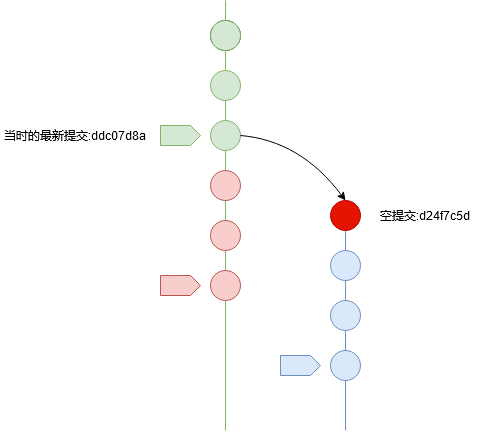
Before: gitBranchModel/nullCommit.png, a diagram exported from draw.io (alreadytakenn/images). Source tidied: cells renumbered, new cells last; positions are measured from the earlier drawing's top-left corner, leaving out a move shared by most shapes. Source of this version:
```xml
<mxGraphModel>
  <root>
    <mxCell id="0" />
    <mxCell id="1" parent="0" />
    <mxCell id="2" style="endArrow=none;html=1;fillColor=#dae8fc;strokeColor=#6c8ebf;" parent="1" edge="1">
      <mxGeometry relative="1" as="geometry">
        <mxPoint x="345" y="430" as="sourcePoint" />
        <mxPoint x="345" y="210" as="targetPoint" />
      </mxGeometry>
    </mxCell>
    <mxCell id="3" style="endArrow=none;html=1;fillColor=#d5e8d4;strokeColor=#82b366;" parent="1" edge="1">
      <mxGeometry relative="1" as="geometry">
        <mxPoint x="225" y="430" as="sourcePoint" />
        <mxPoint x="225" as="targetPoint" />
      </mxGeometry>
    </mxCell>
    <mxCell id="4" style="ellipse;whiteSpace=wrap;html=1;" parent="1" vertex="1">
      <mxGeometry x="210" y="20" width="30" height="30" as="geometry" />
    </mxCell>
    <mxCell id="5" style="ellipse;whiteSpace=wrap;html=1;fillColor=#d5e8d4;strokeColor=#82b366;" parent="1" vertex="1">
      <mxGeometry x="210" y="20" width="30" height="30" as="geometry" />
    </mxCell>
    <mxCell id="6" style="ellipse;whiteSpace=wrap;html=1;fillColor=#d5e8d4;strokeColor=#82b366;" parent="1" vertex="1">
      <mxGeometry x="210" y="70" width="30" height="30" as="geometry" />
    </mxCell>
    <mxCell id="7" style="ellipse;whiteSpace=wrap;html=1;fillColor=#e51400;strokeColor=#B20000;fontColor=#ffffff;" parent="1" vertex="1">
      <mxGeometry x="330" y="200" width="30" height="30" as="geometry" />
    </mxCell>
    <mxCell id="8" style="ellipse;whiteSpace=wrap;html=1;fillColor=#d5e8d4;strokeColor=#82b366;" parent="1" vertex="1">
      <mxGeometry x="210" y="120" width="30" height="30" as="geometry" />
    </mxCell>
    <mxCell id="9" style="ellipse;whiteSpace=wrap;html=1;fillColor=#f8cecc;strokeColor=#b85450;" parent="1" vertex="1">
      <mxGeometry x="210" y="170" width="30" height="30" as="geometry" />
    </mxCell>
    <mxCell id="10" style="ellipse;whiteSpace=wrap;html=1;fillColor=#f8cecc;strokeColor=#b85450;" parent="1" vertex="1">
      <mxGeometry x="210" y="220" width="30" height="30" as="geometry" />
    </mxCell>
    <mxCell id="11" style="ellipse;whiteSpace=wrap;html=1;fillColor=#f8cecc;strokeColor=#b85450;" parent="1" vertex="1">
      <mxGeometry x="210" y="270" width="30" height="30" as="geometry" />
    </mxCell>
    <mxCell id="12" style="ellipse;whiteSpace=wrap;html=1;fillColor=#dae8fc;strokeColor=#6c8ebf;" parent="1" vertex="1">
      <mxGeometry x="330" y="250" width="30" height="30" as="geometry" />
    </mxCell>
    <mxCell id="13" style="ellipse;whiteSpace=wrap;html=1;fillColor=#dae8fc;strokeColor=#6c8ebf;" parent="1" vertex="1">
      <mxGeometry x="330" y="300" width="30" height="30" as="geometry" />
    </mxCell>
    <mxCell id="14" style="ellipse;whiteSpace=wrap;html=1;fillColor=#dae8fc;strokeColor=#6c8ebf;" parent="1" vertex="1">
      <mxGeometry x="330" y="350" width="30" height="30" as="geometry" />
    </mxCell>
    <mxCell id="15" style="curved=1;endArrow=classic;html=1;exitX=1;exitY=0.5;exitDx=0;exitDy=0;entryX=0.5;entryY=0;entryDx=0;entryDy=0;" parent="1" edge="1" source="8" target="7">
      <mxGeometry relative="1" as="geometry">
        <Array as="points">
          <mxPoint x="300" y="140" />
        </Array>
      </mxGeometry>
    </mxCell>
    <mxCell id="16" style="html=1;shadow=0;dashed=0;align=center;verticalAlign=middle;shape=mxgraph.arrows2.arrow;dy=0;dx=10;notch=0;fillColor=#d5e8d4;strokeColor=#82b366;" parent="1" vertex="1">
      <mxGeometry x="160" y="125" width="40" height="20" as="geometry" />
    </mxCell>
    <mxCell id="17" style="html=1;shadow=0;dashed=0;align=center;verticalAlign=middle;shape=mxgraph.arrows2.arrow;dy=0;dx=10;notch=0;fillColor=#f8cecc;strokeColor=#b85450;" parent="1" vertex="1">
      <mxGeometry x="160" y="275" width="40" height="20" as="geometry" />
    </mxCell>
    <mxCell id="18" style="html=1;shadow=0;dashed=0;align=center;verticalAlign=middle;shape=mxgraph.arrows2.arrow;dy=0;dx=10;notch=0;fillColor=#dae8fc;strokeColor=#6c8ebf;" parent="1" vertex="1">
      <mxGeometry x="280" y="355" width="40" height="20" as="geometry" />
    </mxCell>
    <mxCell id="19" value="空提交:d24f7c5d" style="text;html=1;strokeColor=none;fillColor=none;align=center;verticalAlign=middle;whiteSpace=wrap;rounded=0;" parent="1" vertex="1">
      <mxGeometry x="350" y="205" width="150" height="20" as="geometry" />
    </mxCell>
    <mxCell id="20" value="当时的最新提交:ddc07d8a" style="text;html=1;strokeColor=none;fillColor=none;align=center;verticalAlign=middle;whiteSpace=wrap;rounded=0;" parent="1" vertex="1">
      <mxGeometry y="125" width="150" height="20" as="geometry" />
    </mxCell>
  </root>
</mxGraphModel>
```
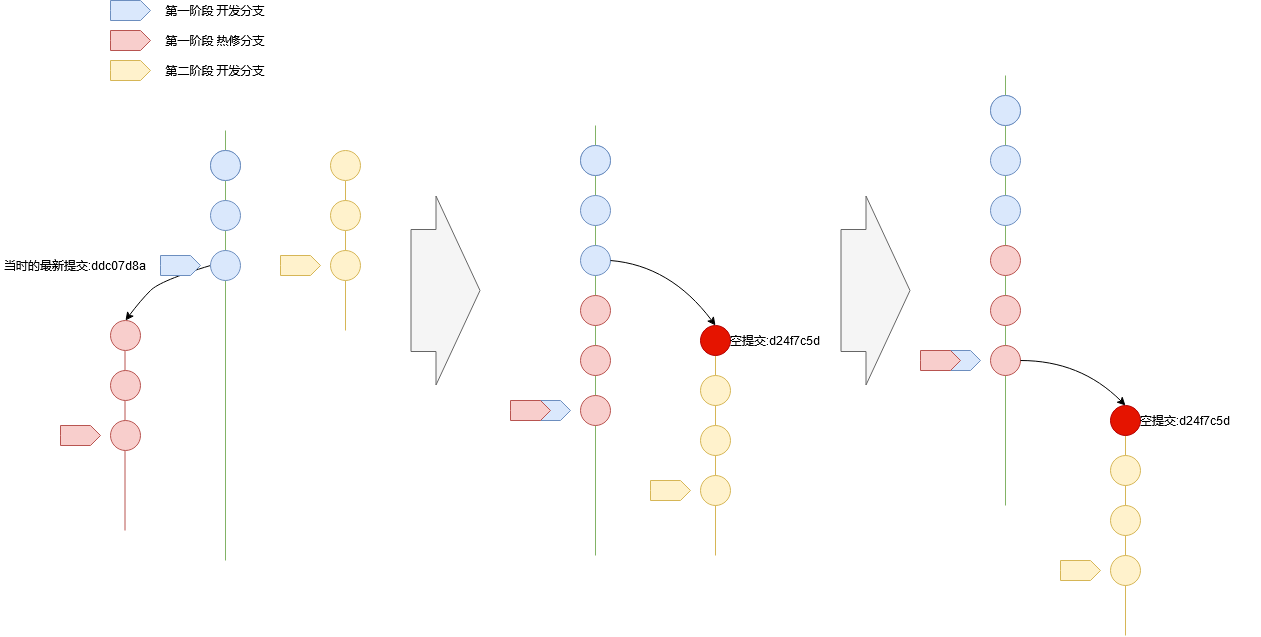
The same file after the commit.

What changed in the source:
```diff
@@ -2,7 +2,21 @@
   <root>
     <mxCell id="0" />
     <mxCell id="1" parent="0" />
+    <mxCell id="21" style="endArrow=none;html=1;fillColor=#f8cecc;strokeColor=#b85450;" parent="1" edge="1">
+      <mxGeometry relative="1" as="geometry">
+        <mxPoint x="-245.5" y="405" as="sourcePoint" />
+        <mxPoint x="-245.5" y="225" as="targetPoint" />
+      </mxGeometry>
+    </mxCell>
+    <mxCell id="22" style="curved=1;endArrow=classic;html=1;exitX=0;exitY=0.5;exitDx=0;exitDy=0;entryX=0.5;entryY=0;entryDx=0;entryDy=0;" parent="1" edge="1" source="46" target="47">
+      <mxGeometry relative="1" as="geometry">
+        <Array as="points">
+          <mxPoint x="-210" y="155" />
+          <mxPoint x="-230" y="175" />
+        </Array>
+      </mxGeometry>
+    </mxCell>
-    <mxCell id="2" style="endArrow=none;html=1;fillColor=#dae8fc;strokeColor=#6c8ebf;" parent="1" edge="1">
+    <mxCell id="2" style="endArrow=none;html=1;fillColor=#fff2cc;strokeColor=#d6b656;" parent="1" edge="1">
       <mxGeometry relative="1" as="geometry">
         <mxPoint x="345" y="430" as="sourcePoint" />
         <mxPoint x="345" y="210" as="targetPoint" />
@@ -14,19 +28,19 @@
         <mxPoint x="225" as="targetPoint" />
       </mxGeometry>
     </mxCell>
-    <mxCell id="4" style="ellipse;whiteSpace=wrap;html=1;" parent="1" vertex="1">
+    <mxCell id="4" style="ellipse;whiteSpace=wrap;html=1;fillColor=#dae8fc;strokeColor=#6c8ebf;" parent="1" vertex="1">
       <mxGeometry x="210" y="20" width="30" height="30" as="geometry" />
     </mxCell>
-    <mxCell id="5" style="ellipse;whiteSpace=wrap;html=1;fillColor=#d5e8d4;strokeColor=#82b366;" parent="1" vertex="1">
+    <mxCell id="5" style="ellipse;whiteSpace=wrap;html=1;fillColor=#dae8fc;strokeColor=#6c8ebf;" parent="1" vertex="1">
       <mxGeometry x="210" y="20" width="30" height="30" as="geometry" />
     </mxCell>
-    <mxCell id="6" style="ellipse;whiteSpace=wrap;html=1;fillColor=#d5e8d4;strokeColor=#82b366;" parent="1" vertex="1">
+    <mxCell id="6" style="ellipse;whiteSpace=wrap;html=1;fillColor=#dae8fc;strokeColor=#6c8ebf;" parent="1" vertex="1">
       <mxGeometry x="210" y="70" width="30" height="30" as="geometry" />
     </mxCell>
     <mxCell id="7" style="ellipse;whiteSpace=wrap;html=1;fillColor=#e51400;strokeColor=#B20000;fontColor=#ffffff;" parent="1" vertex="1">
       <mxGeometry x="330" y="200" width="30" height="30" as="geometry" />
     </mxCell>
-    <mxCell id="8" style="ellipse;whiteSpace=wrap;html=1;fillColor=#d5e8d4;strokeColor=#82b366;" parent="1" vertex="1">
+    <mxCell id="8" style="ellipse;whiteSpace=wrap;html=1;fillColor=#dae8fc;strokeColor=#6c8ebf;" parent="1" vertex="1">
       <mxGeometry x="210" y="120" width="30" height="30" as="geometry" />
     </mxCell>
     <mxCell id="9" style="ellipse;whiteSpace=wrap;html=1;fillColor=#f8cecc;strokeColor=#b85450;" parent="1" vertex="1">
@@ -38,13 +52,13 @@
     <mxCell id="11" style="ellipse;whiteSpace=wrap;html=1;fillColor=#f8cecc;strokeColor=#b85450;" parent="1" vertex="1">
       <mxGeometry x="210" y="270" width="30" height="30" as="geometry" />
     </mxCell>
-    <mxCell id="12" style="ellipse;whiteSpace=wrap;html=1;fillColor=#dae8fc;strokeColor=#6c8ebf;" parent="1" vertex="1">
+    <mxCell id="12" style="ellipse;whiteSpace=wrap;html=1;fillColor=#fff2cc;strokeColor=#d6b656;" parent="1" vertex="1">
       <mxGeometry x="330" y="250" width="30" height="30" as="geometry" />
     </mxCell>
-    <mxCell id="13" style="ellipse;whiteSpace=wrap;html=1;fillColor=#dae8fc;strokeColor=#6c8ebf;" parent="1" vertex="1">
+    <mxCell id="13" style="ellipse;whiteSpace=wrap;html=1;fillColor=#fff2cc;strokeColor=#d6b656;" parent="1" vertex="1">
       <mxGeometry x="330" y="300" width="30" height="30" as="geometry" />
     </mxCell>
-    <mxCell id="14" style="ellipse;whiteSpace=wrap;html=1;fillColor=#dae8fc;strokeColor=#6c8ebf;" parent="1" vertex="1">
+    <mxCell id="14" style="ellipse;whiteSpace=wrap;html=1;fillColor=#fff2cc;strokeColor=#d6b656;" parent="1" vertex="1">
       <mxGeometry x="330" y="350" width="30" height="30" as="geometry" />
     </mxCell>
     <mxCell id="15" style="curved=1;endArrow=classic;html=1;exitX=1;exitY=0.5;exitDx=0;exitDy=0;entryX=0.5;entryY=0;entryDx=0;entryDy=0;" parent="1" edge="1" source="8" target="7">
@@ -54,20 +68,164 @@
         </Array>
       </mxGeometry>
     </mxCell>
-    <mxCell id="16" style="html=1;shadow=0;dashed=0;align=center;verticalAlign=middle;shape=mxgraph.arrows2.arrow;dy=0;dx=10;notch=0;fillColor=#d5e8d4;strokeColor=#82b366;" parent="1" vertex="1">
-      <mxGeometry x="160" y="125" width="40" height="20" as="geometry" />
+    <mxCell id="16" style="html=1;shadow=0;dashed=0;align=center;verticalAlign=middle;shape=mxgraph.arrows2.arrow;dy=0;dx=10;notch=0;fillColor=#dae8fc;strokeColor=#6c8ebf;" parent="1" vertex="1">
+      <mxGeometry x="160" y="275" width="40" height="20" as="geometry" />
     </mxCell>
     <mxCell id="17" style="html=1;shadow=0;dashed=0;align=center;verticalAlign=middle;shape=mxgraph.arrows2.arrow;dy=0;dx=10;notch=0;fillColor=#f8cecc;strokeColor=#b85450;" parent="1" vertex="1">
-      <mxGeometry x="160" y="275" width="40" height="20" as="geometry" />
+      <mxGeometry x="140" y="275" width="40" height="20" as="geometry" />
     </mxCell>
-    <mxCell id="18" style="html=1;shadow=0;dashed=0;align=center;verticalAlign=middle;shape=mxgraph.arrows2.arrow;dy=0;dx=10;notch=0;fillColor=#dae8fc;strokeColor=#6c8ebf;" parent="1" vertex="1">
+    <mxCell id="18" style="html=1;shadow=0;dashed=0;align=center;verticalAlign=middle;shape=mxgraph.arrows2.arrow;dy=0;dx=10;notch=0;fillColor=#fff2cc;strokeColor=#d6b656;" parent="1" vertex="1">
       <mxGeometry x="280" y="355" width="40" height="20" as="geometry" />
     </mxCell>
     <mxCell id="19" value="空提交:d24f7c5d" style="text;html=1;strokeColor=none;fillColor=none;align=center;verticalAlign=middle;whiteSpace=wrap;rounded=0;" parent="1" vertex="1">
-      <mxGeometry x="350" y="205" width="150" height="20" as="geometry" />
+      <mxGeometry x="330" y="205" width="150" height="20" as="geometry" />
     </mxCell>
+    <mxCell id="23" style="endArrow=none;html=1;fillColor=#fff2cc;strokeColor=#d6b656;" parent="1" edge="1">
+      <mxGeometry relative="1" as="geometry">
+        <mxPoint x="755" y="510" as="sourcePoint" />
+        <mxPoint x="755" y="290" as="targetPoint" />
+      </mxGeometry>
+    </mxCell>
+    <mxCell id="24" style="endArrow=none;html=1;fillColor=#d5e8d4;strokeColor=#82b366;" parent="1" edge="1">
+      <mxGeometry relative="1" as="geometry">
+        <mxPoint x="635" y="380" as="sourcePoint" />
+        <mxPoint x="635" y="-50" as="targetPoint" />
+      </mxGeometry>
+    </mxCell>
+    <mxCell id="25" style="ellipse;whiteSpace=wrap;html=1;fillColor=#dae8fc;strokeColor=#6c8ebf;" parent="1" vertex="1">
+      <mxGeometry x="620" y="-30" width="30" height="30" as="geometry" />
+    </mxCell>
+    <mxCell id="26" style="ellipse;whiteSpace=wrap;html=1;fillColor=#dae8fc;strokeColor=#6c8ebf;" parent="1" vertex="1">
+      <mxGeometry x="620" y="-30" width="30" height="30" as="geometry" />
+    </mxCell>
+    <mxCell id="27" style="ellipse;whiteSpace=wrap;html=1;fillColor=#dae8fc;strokeColor=#6c8ebf;" parent="1" vertex="1">
+      <mxGeometry x="620" y="20" width="30" height="30" as="geometry" />
+    </mxCell>
+    <mxCell id="28" style="ellipse;whiteSpace=wrap;html=1;fillColor=#e51400;strokeColor=#B20000;fontColor=#ffffff;" parent="1" vertex="1">
+      <mxGeometry x="740" y="280" width="30" height="30" as="geometry" />
+    </mxCell>
+    <mxCell id="29" style="ellipse;whiteSpace=wrap;html=1;fillColor=#dae8fc;strokeColor=#6c8ebf;" parent="1" vertex="1">
+      <mxGeometry x="620" y="70" width="30" height="30" as="geometry" />
+    </mxCell>
+    <mxCell id="30" style="ellipse;whiteSpace=wrap;html=1;fillColor=#f8cecc;strokeColor=#b85450;" parent="1" vertex="1">
+      <mxGeometry x="620" y="120" width="30" height="30" as="geometry" />
+    </mxCell>
+    <mxCell id="31" style="ellipse;whiteSpace=wrap;html=1;fillColor=#f8cecc;strokeColor=#b85450;" parent="1" vertex="1">
+      <mxGeometry x="620" y="170" width="30" height="30" as="geometry" />
+    </mxCell>
+    <mxCell id="32" style="ellipse;whiteSpace=wrap;html=1;fillColor=#f8cecc;strokeColor=#b85450;" parent="1" vertex="1">
+      <mxGeometry x="620" y="220" width="30" height="30" as="geometry" />
+    </mxCell>
+    <mxCell id="33" style="ellipse;whiteSpace=wrap;html=1;fillColor=#fff2cc;strokeColor=#d6b656;" parent="1" vertex="1">
+      <mxGeometry x="740" y="330" width="30" height="30" as="geometry" />
+    </mxCell>
+    <mxCell id="34" style="ellipse;whiteSpace=wrap;html=1;fillColor=#fff2cc;strokeColor=#d6b656;" parent="1" vertex="1">
+      <mxGeometry x="740" y="380" width="30" height="30" as="geometry" />
+    </mxCell>
+    <mxCell id="35" style="ellipse;whiteSpace=wrap;html=1;fillColor=#fff2cc;strokeColor=#d6b656;" parent="1" vertex="1">
+      <mxGeometry x="740" y="430" width="30" height="30" as="geometry" />
+    </mxCell>
+    <mxCell id="36" style="curved=1;endArrow=classic;html=1;exitX=1;exitY=0.5;exitDx=0;exitDy=0;entryX=0.5;entryY=0;entryDx=0;entryDy=0;" parent="1" edge="1" source="32" target="28">
+      <mxGeometry relative="1" as="geometry">
+        <Array as="points">
+          <mxPoint x="710" y="235" />
+        </Array>
+      </mxGeometry>
+    </mxCell>
+    <mxCell id="37" style="html=1;shadow=0;dashed=0;align=center;verticalAlign=middle;shape=mxgraph.arrows2.arrow;dy=0;dx=10;notch=0;fillColor=#dae8fc;strokeColor=#6c8ebf;" parent="1" vertex="1">
+      <mxGeometry x="570" y="225" width="40" height="20" as="geometry" />
+    </mxCell>
+    <mxCell id="38" style="html=1;shadow=0;dashed=0;align=center;verticalAlign=middle;shape=mxgraph.arrows2.arrow;dy=0;dx=10;notch=0;fillColor=#f8cecc;strokeColor=#b85450;" parent="1" vertex="1">
+      <mxGeometry x="550" y="225" width="40" height="20" as="geometry" />
+    </mxCell>
+    <mxCell id="39" style="html=1;shadow=0;dashed=0;align=center;verticalAlign=middle;shape=mxgraph.arrows2.arrow;dy=0;dx=10;notch=0;fillColor=#fff2cc;strokeColor=#d6b656;" parent="1" vertex="1">
+      <mxGeometry x="690" y="435" width="40" height="20" as="geometry" />
+    </mxCell>
+    <mxCell id="40" value="空提交:d24f7c5d" style="text;html=1;strokeColor=none;fillColor=none;align=center;verticalAlign=middle;whiteSpace=wrap;rounded=0;" parent="1" vertex="1">
+      <mxGeometry x="740" y="285" width="150" height="20" as="geometry" />
+    </mxCell>
+    <mxCell id="41" style="endArrow=none;html=1;fillColor=#fff2cc;strokeColor=#d6b656;" parent="1" edge="1" target="50">
+      <mxGeometry relative="1" as="geometry">
+        <mxPoint x="-25" y="205" as="sourcePoint" />
+      </mxGeometry>
+    </mxCell>
+    <mxCell id="42" style="endArrow=none;html=1;fillColor=#d5e8d4;strokeColor=#82b366;" parent="1" edge="1">
+      <mxGeometry relative="1" as="geometry">
+        <mxPoint x="-145" y="435" as="sourcePoint" />
+        <mxPoint x="-145" y="5" as="targetPoint" />
+      </mxGeometry>
+    </mxCell>
+    <mxCell id="43" style="ellipse;whiteSpace=wrap;html=1;fillColor=#dae8fc;strokeColor=#6c8ebf;" parent="1" vertex="1">
+      <mxGeometry x="-160" y="25" width="30" height="30" as="geometry" />
+    </mxCell>
+    <mxCell id="44" style="ellipse;whiteSpace=wrap;html=1;fillColor=#dae8fc;strokeColor=#6c8ebf;" parent="1" vertex="1">
+      <mxGeometry x="-160" y="25" width="30" height="30" as="geometry" />
+    </mxCell>
+    <mxCell id="45" style="ellipse;whiteSpace=wrap;html=1;fillColor=#dae8fc;strokeColor=#6c8ebf;" parent="1" vertex="1">
+      <mxGeometry x="-160" y="75" width="30" height="30" as="geometry" />
+    </mxCell>
+    <mxCell id="46" style="ellipse;whiteSpace=wrap;html=1;fillColor=#dae8fc;strokeColor=#6c8ebf;" parent="1" vertex="1">
+      <mxGeometry x="-160" y="125" width="30" height="30" as="geometry" />
+    </mxCell>
+    <mxCell id="47" style="ellipse;whiteSpace=wrap;html=1;fillColor=#f8cecc;strokeColor=#b85450;" parent="1" vertex="1">
+      <mxGeometry x="-260" y="195" width="30" height="30" as="geometry" />
+    </mxCell>
+    <mxCell id="48" style="ellipse;whiteSpace=wrap;html=1;fillColor=#f8cecc;strokeColor=#b85450;" parent="1" vertex="1">
+      <mxGeometry x="-260" y="245" width="30" height="30" as="geometry" />
+    </mxCell>
+    <mxCell id="49" style="ellipse;whiteSpace=wrap;html=1;fillColor=#f8cecc;strokeColor=#b85450;" parent="1" vertex="1">
+      <mxGeometry x="-260" y="295" width="30" height="30" as="geometry" />
+    </mxCell>
+    <mxCell id="50" style="ellipse;whiteSpace=wrap;html=1;fillColor=#fff2cc;strokeColor=#d6b656;" parent="1" vertex="1">
+      <mxGeometry x="-40" y="25" width="30" height="30" as="geometry" />
+    </mxCell>
+    <mxCell id="51" style="ellipse;whiteSpace=wrap;html=1;fillColor=#fff2cc;strokeColor=#d6b656;" parent="1" vertex="1">
+      <mxGeometry x="-40" y="75" width="30" height="30" as="geometry" />
+    </mxCell>
+    <mxCell id="52" style="ellipse;whiteSpace=wrap;html=1;fillColor=#fff2cc;strokeColor=#d6b656;" parent="1" vertex="1">
+      <mxGeometry x="-40" y="125" width="30" height="30" as="geometry" />
+    </mxCell>
+    <mxCell id="53" style="html=1;shadow=0;dashed=0;align=center;verticalAlign=middle;shape=mxgraph.arrows2.arrow;dy=0;dx=10;notch=0;fillColor=#dae8fc;strokeColor=#6c8ebf;" parent="1" vertex="1">
+      <mxGeometry x="-210" y="130" width="40" height="20" as="geometry" />
+    </mxCell>
+    <mxCell id="54" style="html=1;shadow=0;dashed=0;align=center;verticalAlign=middle;shape=mxgraph.arrows2.arrow;dy=0;dx=10;notch=0;fillColor=#f8cecc;strokeColor=#b85450;" parent="1" vertex="1">
+      <mxGeometry x="-310" y="300" width="40" height="20" as="geometry" />
+    </mxCell>
+    <mxCell id="55" style="html=1;shadow=0;dashed=0;align=center;verticalAlign=middle;shape=mxgraph.arrows2.arrow;dy=0;dx=10;notch=0;fillColor=#fff2cc;strokeColor=#d6b656;" parent="1" vertex="1">
+      <mxGeometry x="-90" y="130" width="40" height="20" as="geometry" />
+    </mxCell>
     <mxCell id="20" value="当时的最新提交:ddc07d8a" style="text;html=1;strokeColor=none;fillColor=none;align=center;verticalAlign=middle;whiteSpace=wrap;rounded=0;" parent="1" vertex="1">
-      <mxGeometry y="125" width="150" height="20" as="geometry" />
+      <mxGeometry x="-370" y="130" width="150" height="20" as="geometry" />
     </mxCell>
+    <mxCell id="56" style="html=1;shadow=0;dashed=0;align=center;verticalAlign=middle;shape=mxgraph.arrows2.arrow;dy=0;dx=10;notch=0;fillColor=#dae8fc;strokeColor=#6c8ebf;" parent="1" vertex="1">
+      <mxGeometry x="-260" y="-125" width="40" height="20" as="geometry" />
+    </mxCell>
+    <mxCell id="57" style="html=1;shadow=0;dashed=0;align=center;verticalAlign=middle;shape=mxgraph.arrows2.arrow;dy=0;dx=10;notch=0;fillColor=#fff2cc;strokeColor=#d6b656;" parent="1" vertex="1">
+      <mxGeometry x="-260" y="-65" width="40" height="20" as="geometry" />
+    </mxCell>
+    <mxCell id="58" style="html=1;shadow=0;dashed=0;align=center;verticalAlign=middle;shape=mxgraph.arrows2.arrow;dy=0;dx=10;notch=0;fillColor=#f8cecc;strokeColor=#b85450;" parent="1" vertex="1">
+      <mxGeometry x="-260" y="-95" width="40" height="20" as="geometry" />
+    </mxCell>
+    <mxCell id="59" value="第一阶段 开发分支" style="text;html=1;strokeColor=none;fillColor=none;align=center;verticalAlign=middle;whiteSpace=wrap;rounded=0;" parent="1" vertex="1">
+      <mxGeometry x="-220" y="-125" width="130" height="20" as="geometry" />
+    </mxCell>
+    <mxCell id="60" value="第一阶段 热修分支" style="text;html=1;strokeColor=none;fillColor=none;align=center;verticalAlign=middle;whiteSpace=wrap;rounded=0;" parent="1" vertex="1">
+      <mxGeometry x="-220" y="-95" width="130" height="20" as="geometry" />
+    </mxCell>
+    <mxCell id="61" value="第二阶段 开发分支" style="text;html=1;strokeColor=none;fillColor=none;align=center;verticalAlign=middle;whiteSpace=wrap;rounded=0;" parent="1" vertex="1">
+      <mxGeometry x="-220" y="-65" width="130" height="20" as="geometry" />
+    </mxCell>
+    <mxCell id="62" style="shape=flexArrow;endArrow=classic;html=1;width=122;endSize=14.33;endWidth=66;fillColor=#f5f5f5;strokeColor=#666666;" parent="1" edge="1">
+      <mxGeometry relative="1" as="geometry">
+        <mxPoint x="40" y="165" as="sourcePoint" />
+        <mxPoint x="110" y="165" as="targetPoint" />
+      </mxGeometry>
+    </mxCell>
+    <mxCell id="63" style="shape=flexArrow;endArrow=classic;html=1;width=122;endSize=14.33;endWidth=66;fillColor=#f5f5f5;strokeColor=#666666;" parent="1" edge="1">
+      <mxGeometry relative="1" as="geometry">
+        <mxPoint x="470" y="165" as="sourcePoint" />
+        <mxPoint x="540" y="165" as="targetPoint" />
+      </mxGeometry>
+    </mxCell>
   </root>
 </mxGraphModel>
```
